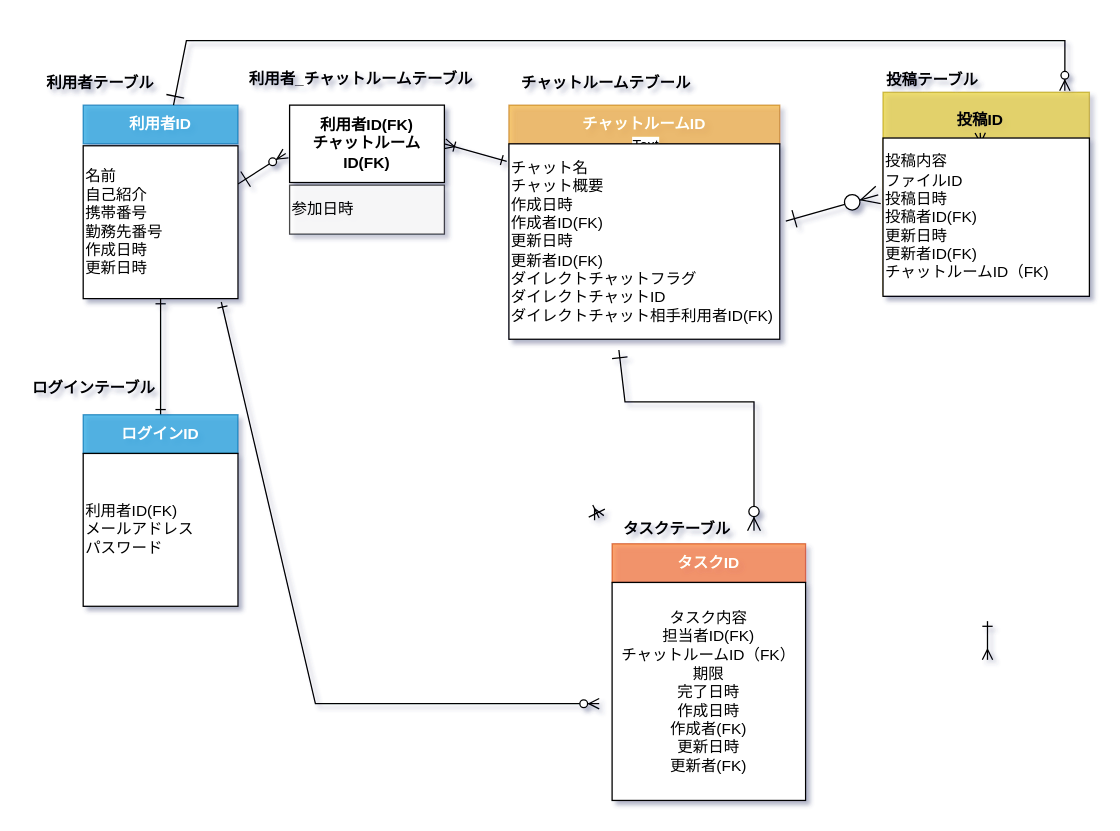
The draw.io diagram db/db-challenge1/db-challenge1.drawio in Yuina1012/quelcode-db, before the edit. Source tidied: cells renumbered, new cells numbered last; positions are measured from the earlier drawing's top-left corner, leaving out a move shared by most shapes. Both pictures are drawn from the tidied source at 129%, with x=0, y=0 at pixel (22, 40).
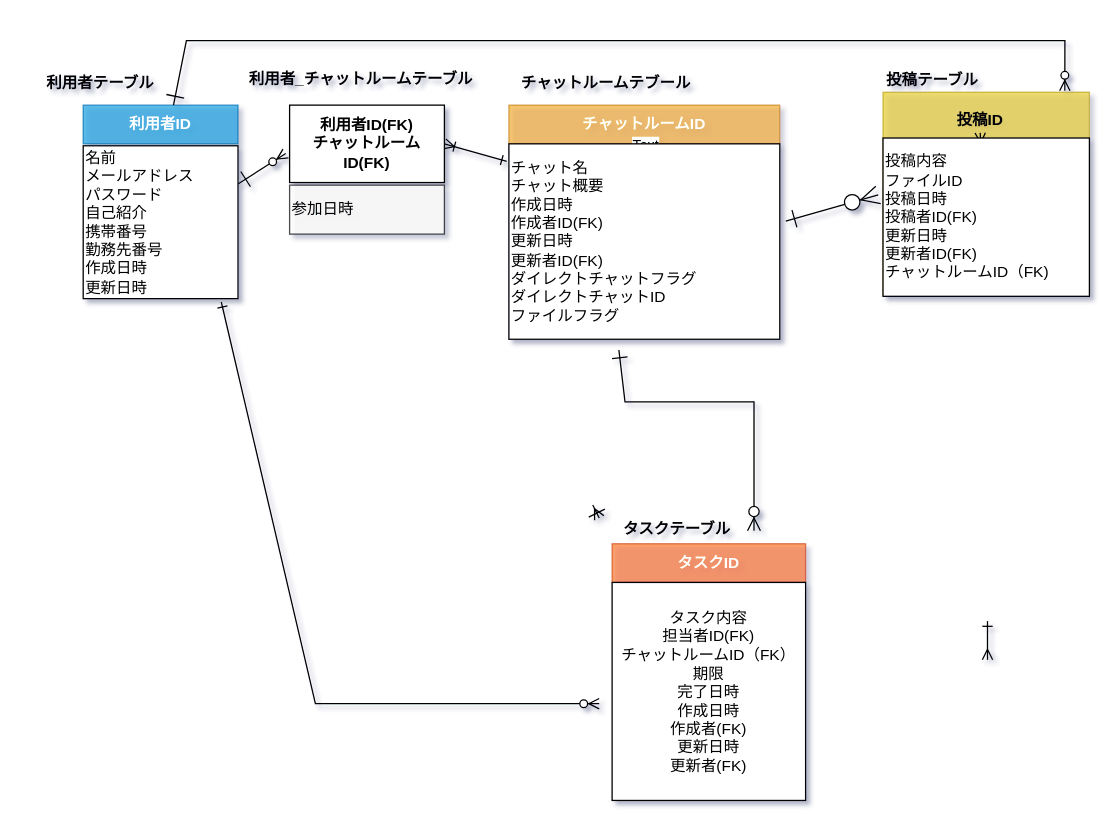
The same page after the edit.

Commit message:
ログインテーブル削除 エンティティ編集 ファイルフラグ追加

What changed in the source:
```diff
@@
-    <mxCell id="4" style="edgeStyle=none;rounded=0;jettySize=auto;html=1;startArrow=ERone;startFill=0;endArrow=ERone;endFill=0;" parent="1" edge="1" source="5" target="31">
-      <mxGeometry relative="1" as="geometry" />
-    </mxCell>
-    <mxCell id="5" value="名前&lt;br&gt;自己紹介&lt;br&gt;携帯番号&lt;br&gt;勤務先番号&lt;br&gt;作成日時&lt;br&gt;更新日時" style="rounded=0;whiteSpace=wrap;html=1;align=left;" parent="1" vertex="1">
+    <mxCell id="5" value="名前&lt;br&gt;メールアドレス&lt;br&gt;パスワード&lt;br&gt;自己紹介&lt;br&gt;携帯番号&lt;br&gt;勤務先番号&lt;br&gt;作成日時&lt;br&gt;更新日時" style="rounded=0;whiteSpace=wrap;html=1;align=left;" parent="1" vertex="1">
       <mxGeometry x="47" y="81.5" width="120" height="118.5" as="geometry" />
     </mxCell>
-    <mxCell id="6" style="edgeStyle=orthogonalEdgeStyle;rounded=0;orthogonalLoop=1;jettySize=auto;html=1;exitX=0.5;exitY=0;exitDx=0;exitDy=0;startArrow=ERone;startFill=0;endArrow=oval;endFill=0;strokeColor=#000000;strokeWidth=1;" parent="1" edge="1">
-      <mxGeometry relative="1" as="geometry">
-        <mxPoint x="107" y="240" as="sourcePoint" />
-        <mxPoint x="107" y="240" as="targetPoint" />
-      </mxGeometry>
-    </mxCell>
@@
-    <mxCell id="14" value="チャット名&lt;br&gt;&lt;div&gt;チャット概要&lt;/div&gt;&lt;div&gt;作成日時&lt;br&gt;作成者ID(FK)&lt;br&gt;更新日時&lt;br&gt;更新者ID(FK)&lt;br&gt;&lt;/div&gt;&lt;div&gt;ダイレクトチャットフラグ&lt;/div&gt;&lt;div&gt;ダイレクトチャットID&lt;/div&gt;&lt;div&gt;ダイレクトチャット相手利用者ID(FK)&lt;/div&gt;" style="rounded=0;whiteSpace=wrap;html=1;align=left;" parent="1" vertex="1">
+    <mxCell id="14" value="チャット名&lt;br&gt;&lt;div&gt;チャット概要&lt;/div&gt;&lt;div&gt;作成日時&lt;br&gt;作成者ID(FK)&lt;br&gt;更新日時&lt;br&gt;更新者ID(FK)&lt;br&gt;&lt;/div&gt;&lt;div&gt;ダイレクトチャットフラグ&lt;/div&gt;&lt;div&gt;ダイレクトチャットID&lt;/div&gt;&lt;div&gt;ファイルフラグ&lt;/div&gt;" style="rounded=0;whiteSpace=wrap;html=1;align=left;" parent="1" vertex="1">
       <mxGeometry x="377" y="80" width="210" height="151.5" as="geometry" />
     </mxCell>
@@
-    <mxCell id="30" style="edgeStyle=none;rounded=0;jettySize=auto;html=1;startArrow=oval;startFill=0;endArrow=ERone;endFill=0;" parent="1" edge="1" source="31" target="32">
-      <mxGeometry relative="1" as="geometry" />
-    </mxCell>
-    <mxCell id="31" value="&lt;b&gt;ログインID&lt;/b&gt;" style="rounded=0;whiteSpace=wrap;html=1;fillColor=#1ba1e2;strokeColor=#006EAF;fontColor=#ffffff;opacity=70;" parent="1" vertex="1">
-      <mxGeometry x="47" y="290" width="120" height="30" as="geometry" />
-    </mxCell>
-    <mxCell id="32" value="利用者ID(FK)&lt;br&gt;メールアドレス&lt;br&gt;パスワード" style="rounded=0;whiteSpace=wrap;html=1;align=left;" parent="1" vertex="1">
-      <mxGeometry x="47" y="320" width="120" height="118.5" as="geometry" />
-    </mxCell>
@@
-    <mxCell id="34" value="&lt;b&gt;ログインテーブル&lt;/b&gt;" style="text;html=1;align=center;verticalAlign=middle;" parent="1" vertex="1">
-      <mxGeometry y="260" width="110" height="20" as="geometry" />
-    </mxCell>
```
